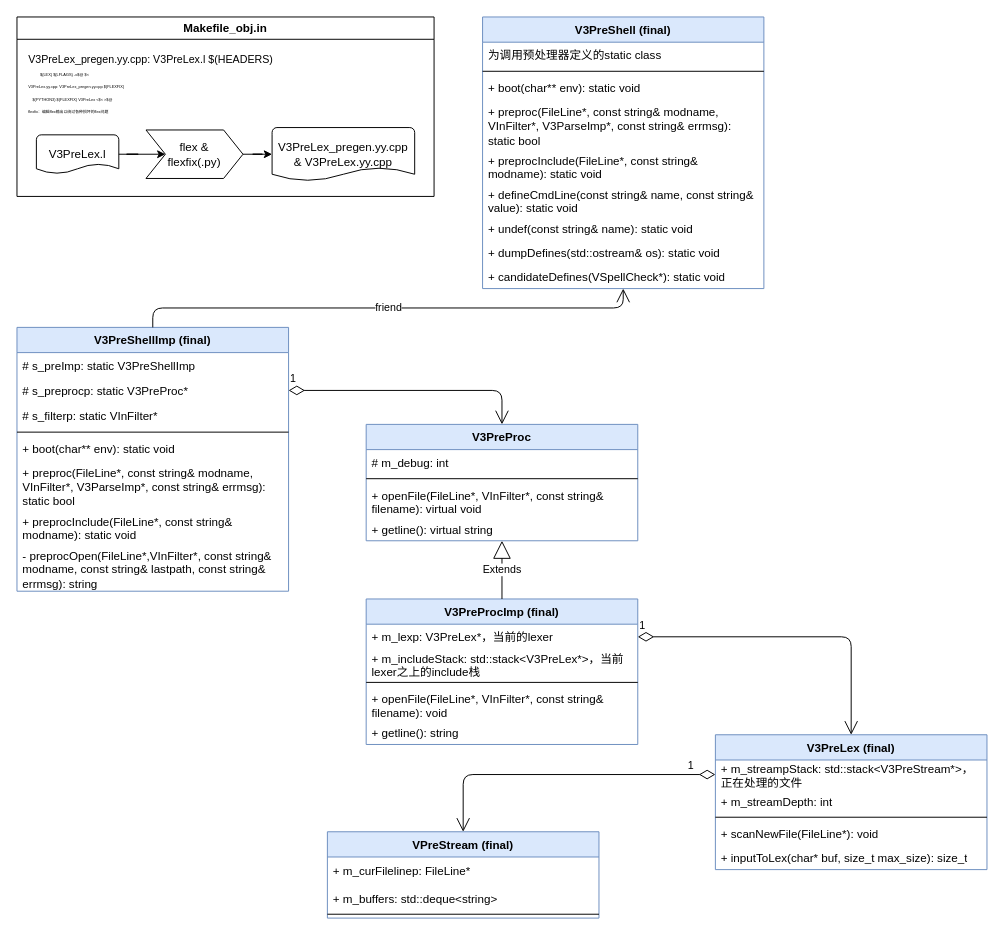
This is verilator_digrams/V3PreProc.drawio from Dercury/CLDK, a draw.io file, before an edit. Source tidied: cells renumbered, new cells numbered last; positions are measured from the earlier drawing's top-left corner, leaving out a move shared by most shapes. Both pictures are drawn from the tidied source at 97%, with x=0, y=0 at pixel (16, 16).
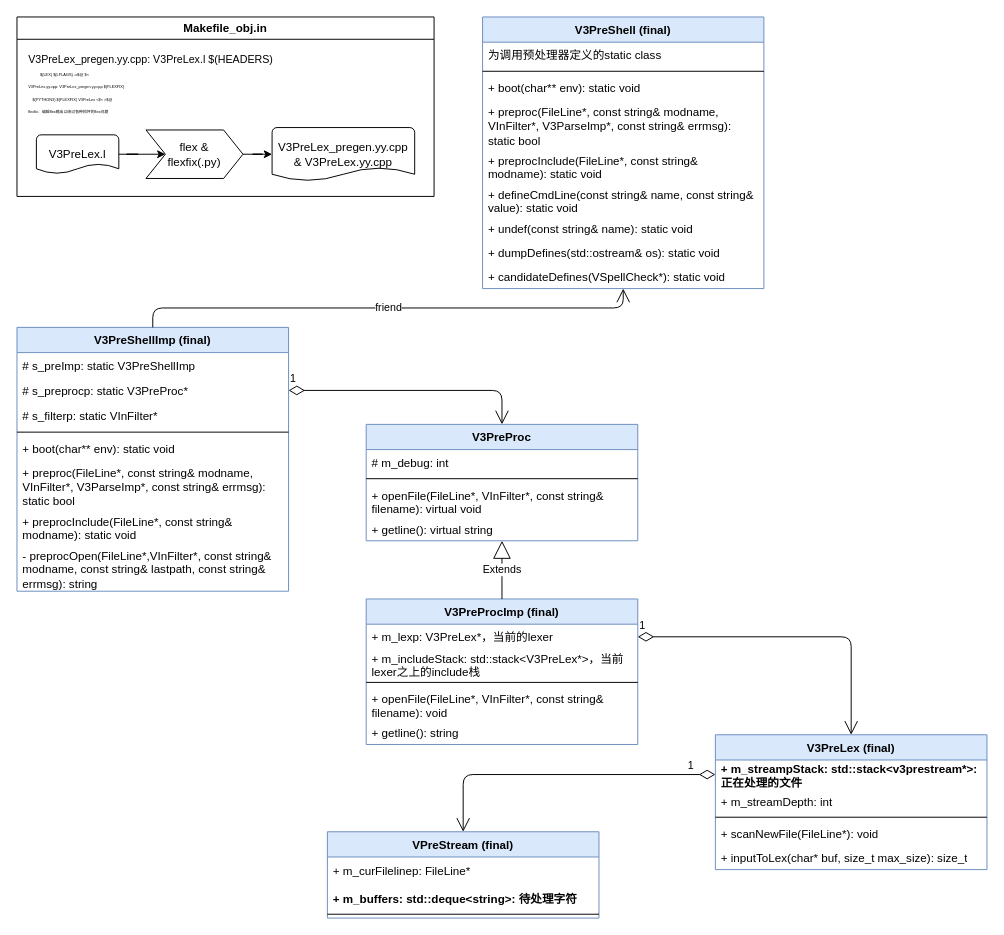
After the change.

Unchanged cells that the change refers to:
```xml
<mxCell id="42" value="V3PreLex (final)" style="swimlane;fontStyle=1;align=center;verticalAlign=top;horizontal=1;startSize=26;fillColor=#dae8fc;strokeColor=#6c8ebf;" parent="1" vertex="1">
  <mxGeometry x="720" y="740" width="280" height="139" as="geometry" />
</mxCell>
<mxCell id="49" value="VPreStream (final)" style="swimlane;fontStyle=1;align=center;verticalAlign=top;horizontal=1;startSize=26;fillColor=#dae8fc;strokeColor=#6c8ebf;" parent="1" vertex="1">
  <mxGeometry x="320" y="840" width="280" height="89" as="geometry" />
</mxCell>
```

The edit, as a diff of the source:
```diff
@@
-    <mxCell id="43" value="+ m_streampStack: std::stack&lt;V3PreStream*&gt;，正在处理的文件" style="text;strokeColor=none;fillColor=none;align=left;verticalAlign=middle;spacingLeft=4;spacingRight=4;overflow=hidden;points=[[0,0.5],[1,0.5]];portConstraint=eastwest;whiteSpace=wrap;" parent="42" vertex="1">
+    <mxCell id="43" value="+ m_streampStack: std::stack&lt;v3prestream*&gt;: 正在处理的文件" style="text;strokeColor=none;fillColor=none;align=left;verticalAlign=middle;spacingLeft=4;spacingRight=4;overflow=hidden;points=[[0,0.5],[1,0.5]];portConstraint=eastwest;whiteSpace=wrap;fontStyle=1;" parent="42" vertex="1">
       <mxGeometry y="26" width="280" height="30" as="geometry" />
     </mxCell>
@@
-    <mxCell id="51" value="+ m_buffers: std::deque&lt;string&gt;" style="text;strokeColor=none;fillColor=none;align=left;verticalAlign=middle;spacingLeft=4;spacingRight=4;overflow=hidden;" parent="49" vertex="1">
+    <mxCell id="51" value="+ m_buffers: std::deque&lt;string&gt;: 待处理字符" style="text;strokeColor=none;fillColor=none;align=left;verticalAlign=middle;spacingLeft=4;spacingRight=4;overflow=hidden;fontStyle=1;" parent="49" vertex="1">
       <mxGeometry y="56" width="280" height="25" as="geometry" />
     </mxCell>
```
